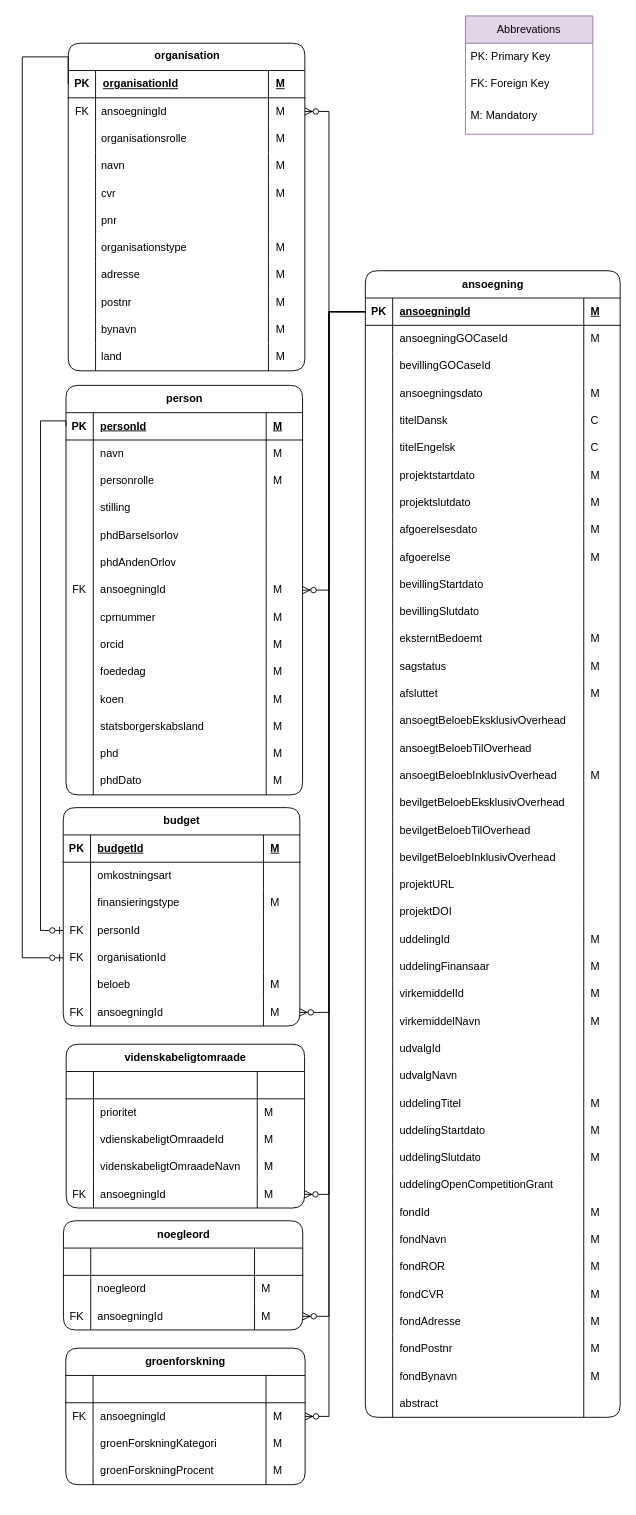
Before: page "NY Raw" (4 of 5) of Grants model.drawio in thomas-lange-dk/Grants, a draw.io diagram. Source tidied: cells renumbered, new cells numbered last; positions are measured from the earlier drawing's top-left corner, leaving out a move shared by most shapes. Both pictures are drawn from the tidied source at 91%, with x=0, y=0 at pixel (22, 15).
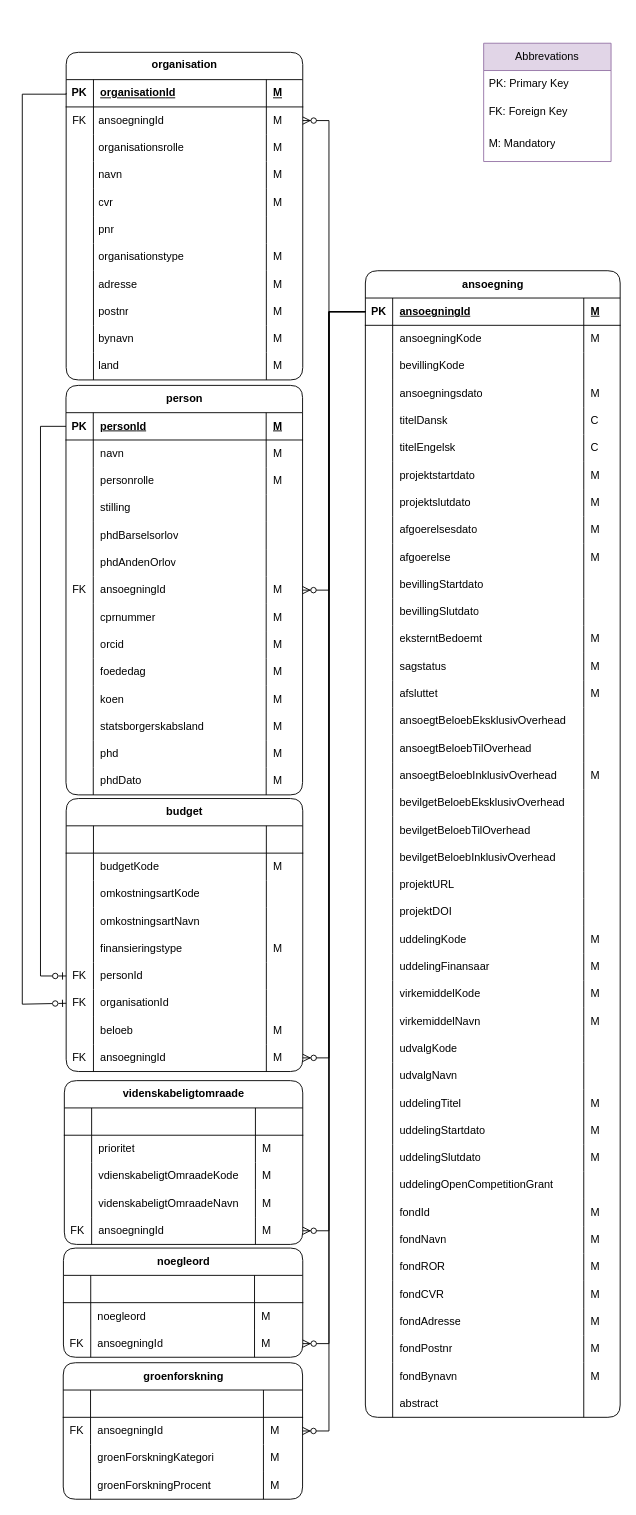
The same diagram, later.

The change refers to these unchanged cells:
```xml
<mxCell id="4" value="PK" style="shape=partialRectangle;fillColor=none;top=0;left=0;bottom=0;right=0;fontStyle=1;overflow=hidden;whiteSpace=wrap;html=1;shadow=0;spacingBottom=0;spacingTop=0;" parent="3" vertex="1">
  <mxGeometry width="30" height="30" as="geometry" />
</mxCell>
<mxCell id="10" value="M" style="shape=partialRectangle;fillColor=none;top=0;left=0;bottom=0;right=0;align=left;spacingLeft=6;overflow=hidden;whiteSpace=wrap;html=1;shadow=0;spacingBottom=0;spacingTop=0;" parent="7" vertex="1">
  <mxGeometry x="220" width="40" height="30" as="geometry" />
</mxCell>
<mxCell id="59" value="M" style="shape=partialRectangle;fillColor=none;top=0;left=0;bottom=0;right=0;align=left;spacingLeft=6;overflow=hidden;whiteSpace=wrap;html=1;shadow=0;" parent="56" vertex="1">
  <mxGeometry x="210" width="53" height="30" as="geometry" />
</mxCell>
<mxCell id="69" style="shape=tableRow;horizontal=0;startSize=0;swimlaneHead=0;swimlaneBody=0;fillColor=none;top=0;left=0;right=0;bottom=0;shadow=0;" parent="60" vertex="1">
  <mxGeometry y="90" width="262" height="30" as="geometry" />
</mxCell>
<mxCell id="80" value="M" style="shape=partialRectangle;fillColor=none;top=0;left=0;bottom=0;right=0;align=left;spacingLeft=6;overflow=hidden;whiteSpace=wrap;html=1;shadow=0;" parent="77" vertex="1">
  <mxGeometry x="210" width="52" height="30" as="geometry" />
</mxCell>
<mxCell id="87" style="shape=tableRow;horizontal=0;startSize=0;swimlaneHead=0;swimlaneBody=0;fillColor=none;points=[[0,0.5],[1,0.5]];portConstraint=eastwest;top=0;left=0;right=0;bottom=1;shadow=0;" parent="86" vertex="1">
  <mxGeometry y="30" width="280" height="30" as="geometry" />
</mxCell>
<mxCell id="88" value="PK" style="shape=partialRectangle;fillColor=none;top=0;left=0;bottom=0;right=0;fontStyle=1;overflow=hidden;whiteSpace=wrap;html=1;shadow=0;" parent="87" vertex="1">
  <mxGeometry width="30" height="30" as="geometry" />
</mxCell>
<mxCell id="91" style="shape=tableRow;horizontal=0;startSize=0;swimlaneHead=0;swimlaneBody=0;fillColor=none;top=0;left=0;right=0;bottom=0;shadow=0;" parent="86" vertex="1">
  <mxGeometry y="60" width="280" height="30" as="geometry" />
</mxCell>
<mxCell id="95" style="shape=tableRow;horizontal=0;startSize=0;swimlaneHead=0;swimlaneBody=0;fillColor=none;top=0;left=0;right=0;bottom=0;shadow=0;" parent="86" vertex="1">
  <mxGeometry y="90" width="280" height="30" as="geometry" />
</mxCell>
<mxCell id="179" style="shape=tableRow;horizontal=0;startSize=0;swimlaneHead=0;swimlaneBody=0;fillColor=none;top=0;left=0;right=0;bottom=0;shadow=0;" parent="86" vertex="1">
  <mxGeometry y="720" width="280" height="30" as="geometry" />
</mxCell>
<mxCell id="187" style="shape=tableRow;horizontal=0;startSize=0;swimlaneHead=0;swimlaneBody=0;fillColor=none;top=0;left=0;right=0;bottom=0;shadow=0;" parent="86" vertex="1">
  <mxGeometry y="780" width="280" height="30" as="geometry" />
</mxCell>
<mxCell id="195" style="shape=tableRow;horizontal=0;startSize=0;swimlaneHead=0;swimlaneBody=0;fillColor=none;top=0;left=0;right=0;bottom=0;shadow=0;" parent="86" vertex="1">
  <mxGeometry y="840" width="280" height="30" as="geometry" />
</mxCell>
<mxCell id="253" value="PK" style="shape=partialRectangle;fillColor=none;top=0;left=0;bottom=0;right=0;fontStyle=1;overflow=hidden;whiteSpace=wrap;html=1;shadow=0;" parent="252" vertex="1">
  <mxGeometry width="30" height="30" as="geometry" />
</mxCell>
<mxCell id="309" style="shape=tableRow;horizontal=0;startSize=0;swimlaneHead=0;swimlaneBody=0;fillColor=none;top=0;left=0;right=0;bottom=1;shadow=0;" parent="308" vertex="1">
  <mxGeometry y="30" width="260" height="30" as="geometry" />
</mxCell>
<mxCell id="322" value="FK" style="shape=partialRectangle;fillColor=none;top=0;left=0;bottom=0;right=0;overflow=hidden;whiteSpace=wrap;html=1;shadow=0;" parent="321" vertex="1">
  <mxGeometry width="30" height="30" as="geometry" />
</mxCell>
<mxCell id="326" value="FK" style="shape=partialRectangle;fillColor=none;top=0;left=0;bottom=0;right=0;overflow=hidden;whiteSpace=wrap;html=1;shadow=0;" parent="325" vertex="1">
  <mxGeometry width="30" height="30" as="geometry" />
</mxCell>
<mxCell id="336" value="M" style="shape=partialRectangle;fillColor=none;top=0;left=0;bottom=0;right=0;align=left;spacingLeft=6;overflow=hidden;whiteSpace=wrap;html=1;shadow=0;" parent="333" vertex="1">
  <mxGeometry x="220" width="40" height="30" as="geometry" />
</mxCell>
<mxCell id="348" style="shape=tableRow;horizontal=0;startSize=0;swimlaneHead=0;swimlaneBody=0;fillColor=none;points=[[0,0.5],[1,0.5]];portConstraint=eastwest;top=0;left=0;right=0;bottom=0;shadow=0;" parent="343" vertex="1">
  <mxGeometry y="60" width="263" height="30" as="geometry" />
</mxCell>
```

The edit, as a diff of the source:
```diff
@@
     <mxCell id="2" value="organisation" style="shape=table;startSize=30;childLayout=tableLayout;rowLines=0;fontStyle=1;align=center;html=1;rounded=1;shadow=0;spacing=-3;spacingTop=-3;" parent="1" vertex="1">
-      <mxGeometry x="50.5" y="30" width="260" height="360" as="geometry" />
+      <mxGeometry x="48.2" y="40" width="260" height="360" as="geometry" />
     </mxCell>
@@
     <mxCell id="47" value="noegleord" style="shape=table;startSize=30;childLayout=tableLayout;rowLines=0;fontStyle=1;align=center;html=1;shadow=0;rounded=1;" parent="1" vertex="1">
-      <mxGeometry x="45.2" y="1324" width="263" height="120" as="geometry" />
+      <mxGeometry x="45.2" y="1354" width="263" height="120" as="geometry" />
     </mxCell>
@@
     <mxCell id="60" value="videnskabeligtomraade" style="shape=table;startSize=30;childLayout=tableLayout;rowLines=0;fontStyle=1;align=center;html=1;shadow=0;rounded=1;" parent="1" vertex="1">
-      <mxGeometry x="48.2" y="1130" width="262" height="180" as="geometry" />
+      <mxGeometry x="46.2" y="1170" width="262" height="180" as="geometry" />
     </mxCell>
@@
-    <mxCell id="71" value="vdienskabeligtOmraadeId" style="shape=partialRectangle;fillColor=none;top=0;left=0;bottom=0;right=0;align=left;spacingLeft=6;overflow=hidden;whiteSpace=wrap;html=1;shadow=0;" parent="69" vertex="1">
+    <mxCell id="71" value="vdienskabeligtOmraadeKode" style="shape=partialRectangle;fillColor=none;top=0;left=0;bottom=0;right=0;align=left;spacingLeft=6;overflow=hidden;whiteSpace=wrap;html=1;shadow=0;" parent="69" vertex="1">
       <mxGeometry x="30" width="180" height="30" as="geometry" />
     </mxCell>
@@
     <mxCell id="81" style="edgeStyle=orthogonalEdgeStyle;fontSize=12;html=1;endArrow=ERzeroToMany;endFill=1;rounded=0;shadow=0;entryX=1;entryY=0.5;entryDx=0;entryDy=0;" parent="1" edge="1" source="87" target="80">
       <mxGeometry relative="1" as="geometry">
         <Array as="points">
           <mxPoint x="337" y="325" />
-          <mxPoint x="337" y="1295" />
+          <mxPoint x="337" y="1335" />
         </Array>
       </mxGeometry>
     </mxCell>
     <mxCell id="82" value="Abbrevations" style="swimlane;fontStyle=0;horizontal=1;startSize=30;whiteSpace=wrap;html=1;fillColor=#e1d5e7;strokeColor=#9673a6;" parent="1" vertex="1">
-      <mxGeometry x="487" width="140" height="130" as="geometry" />
+      <mxGeometry x="507" y="30" width="140" height="130" as="geometry" />
     </mxCell>
@@
-    <mxCell id="93" value="ansoegningGOCaseId" style="shape=partialRectangle;fillColor=none;top=0;left=0;bottom=0;right=0;align=left;spacingLeft=6;overflow=hidden;whiteSpace=wrap;html=1;shadow=0;" parent="91" vertex="1">
+    <mxCell id="93" value="ansoegningKode" style="shape=partialRectangle;fillColor=none;top=0;left=0;bottom=0;right=0;align=left;spacingLeft=6;overflow=hidden;whiteSpace=wrap;html=1;shadow=0;" parent="91" vertex="1">
       <mxGeometry x="30" width="210" height="30" as="geometry" />
     </mxCell>
@@
-    <mxCell id="97" value="bevillingGOCaseId" style="shape=partialRectangle;fillColor=none;top=0;left=0;bottom=0;right=0;align=left;spacingLeft=6;overflow=hidden;whiteSpace=wrap;html=1;shadow=0;" parent="95" vertex="1">
+    <mxCell id="97" value="bevillingKode" style="shape=partialRectangle;fillColor=none;top=0;left=0;bottom=0;right=0;align=left;spacingLeft=6;overflow=hidden;whiteSpace=wrap;html=1;shadow=0;" parent="95" vertex="1">
       <mxGeometry x="30" width="210" height="30" as="geometry" />
     </mxCell>
@@
-    <mxCell id="181" value="uddelingId" style="shape=partialRectangle;fillColor=none;top=0;left=0;bottom=0;right=0;align=left;spacingLeft=6;overflow=hidden;whiteSpace=wrap;html=1;shadow=0;" parent="179" vertex="1">
+    <mxCell id="181" value="uddelingKode" style="shape=partialRectangle;fillColor=none;top=0;left=0;bottom=0;right=0;align=left;spacingLeft=6;overflow=hidden;whiteSpace=wrap;html=1;shadow=0;" parent="179" vertex="1">
       <mxGeometry x="30" width="210" height="30" as="geometry" />
     </mxCell>
@@
-    <mxCell id="189" value="virkemiddelId" style="shape=partialRectangle;fillColor=none;top=0;left=0;bottom=0;right=0;align=left;spacingLeft=6;overflow=hidden;whiteSpace=wrap;html=1;shadow=0;" parent="187" vertex="1">
+    <mxCell id="189" value="virkemiddelKode" style="shape=partialRectangle;fillColor=none;top=0;left=0;bottom=0;right=0;align=left;spacingLeft=6;overflow=hidden;whiteSpace=wrap;html=1;shadow=0;" parent="187" vertex="1">
       <mxGeometry x="30" width="210" height="30" as="geometry" />
     </mxCell>
@@
-    <mxCell id="197" value="udvalgId" style="shape=partialRectangle;fillColor=none;top=0;left=0;bottom=0;right=0;align=left;spacingLeft=6;overflow=hidden;whiteSpace=wrap;html=1;shadow=0;" parent="195" vertex="1">
+    <mxCell id="197" value="udvalgKode" style="shape=partialRectangle;fillColor=none;top=0;left=0;bottom=0;right=0;align=left;spacingLeft=6;overflow=hidden;whiteSpace=wrap;html=1;shadow=0;" parent="195" vertex="1">
       <mxGeometry x="30" width="210" height="30" as="geometry" />
     </mxCell>
@@
     <mxCell id="308" value="budget" style="shape=table;startSize=30;childLayout=tableLayout;rowLines=0;fontStyle=1;align=center;html=1;shadow=0;rounded=1;" parent="1" vertex="1">
-      <mxGeometry x="45" y="870" width="260" height="240" as="geometry" />
+      <mxGeometry x="48.2" y="860" width="260" height="300" as="geometry" />
     </mxCell>
@@
-    <mxCell id="310" value="PK" style="shape=partialRectangle;fillColor=none;top=0;left=0;bottom=0;right=0;fontStyle=1;overflow=hidden;whiteSpace=wrap;html=1;shadow=0;" parent="309" vertex="1">
+    <mxCell id="310" style="shape=partialRectangle;fillColor=none;top=0;left=0;bottom=0;right=0;fontStyle=1;overflow=hidden;whiteSpace=wrap;html=1;shadow=0;" parent="309" vertex="1">
       <mxGeometry width="30" height="30" as="geometry" />
     </mxCell>
-    <mxCell id="311" value="&lt;span style=&quot;text-align: center; text-wrap-mode: nowrap;&quot;&gt;budget&lt;/span&gt;Id" style="shape=partialRectangle;fillColor=none;top=0;left=0;bottom=0;right=0;align=left;spacingLeft=6;fontStyle=5;overflow=hidden;whiteSpace=wrap;html=1;shadow=0;" parent="309" vertex="1">
+    <mxCell id="311" style="shape=partialRectangle;fillColor=none;top=0;left=0;bottom=0;right=0;align=left;spacingLeft=6;fontStyle=5;overflow=hidden;whiteSpace=wrap;html=1;shadow=0;" parent="309" vertex="1">
       <mxGeometry x="30" width="190" height="30" as="geometry" />
     </mxCell>
-    <mxCell id="312" value="M" style="shape=partialRectangle;fillColor=none;top=0;left=0;bottom=0;right=0;align=left;spacingLeft=6;fontStyle=5;overflow=hidden;whiteSpace=wrap;html=1;shadow=0;" parent="309" vertex="1">
+    <mxCell id="312" style="shape=partialRectangle;fillColor=none;top=0;left=0;bottom=0;right=0;align=left;spacingLeft=6;fontStyle=5;overflow=hidden;whiteSpace=wrap;html=1;shadow=0;" parent="309" vertex="1">
       <mxGeometry x="220" width="40" height="30" as="geometry" />
     </mxCell>
+    <mxCell id="361" style="shape=tableRow;horizontal=0;startSize=0;swimlaneHead=0;swimlaneBody=0;fillColor=none;top=0;left=0;right=0;bottom=0;shadow=0;" parent="308" vertex="1">
+      <mxGeometry y="60" width="260" height="30" as="geometry" />
+    </mxCell>
+    <mxCell id="362" style="shape=partialRectangle;fillColor=none;top=0;left=0;bottom=0;right=0;overflow=hidden;whiteSpace=wrap;html=1;shadow=0;" parent="361" vertex="1">
+      <mxGeometry width="30" height="30" as="geometry" />
+    </mxCell>
+    <mxCell id="363" value="budgetKode" style="shape=partialRectangle;fillColor=none;top=0;left=0;bottom=0;right=0;align=left;spacingLeft=6;overflow=hidden;whiteSpace=wrap;html=1;shadow=0;" parent="361" vertex="1">
+      <mxGeometry x="30" width="190" height="30" as="geometry" />
+    </mxCell>
+    <mxCell id="364" value="M" style="shape=partialRectangle;fillColor=none;top=0;left=0;bottom=0;right=0;align=left;spacingLeft=6;overflow=hidden;whiteSpace=wrap;html=1;shadow=0;" parent="361" vertex="1">
+      <mxGeometry x="220" width="40" height="30" as="geometry" />
+    </mxCell>
     <mxCell id="313" style="shape=tableRow;horizontal=0;startSize=0;swimlaneHead=0;swimlaneBody=0;fillColor=none;top=0;left=0;right=0;bottom=0;shadow=0;" parent="308" vertex="1">
-      <mxGeometry y="60" width="260" height="30" as="geometry" />
+      <mxGeometry y="90" width="260" height="30" as="geometry" />
     </mxCell>
@@
-    <mxCell id="315" value="omkostningsart" style="shape=partialRectangle;fillColor=none;top=0;left=0;bottom=0;right=0;align=left;spacingLeft=6;overflow=hidden;whiteSpace=wrap;html=1;shadow=0;" parent="313" vertex="1">
+    <mxCell id="315" value="omkostningsartKode" style="shape=partialRectangle;fillColor=none;top=0;left=0;bottom=0;right=0;align=left;spacingLeft=6;overflow=hidden;whiteSpace=wrap;html=1;shadow=0;" parent="313" vertex="1">
       <mxGeometry x="30" width="190" height="30" as="geometry" />
     </mxCell>
@@
+    <mxCell id="365" style="shape=tableRow;horizontal=0;startSize=0;swimlaneHead=0;swimlaneBody=0;fillColor=none;top=0;left=0;right=0;bottom=0;shadow=0;" parent="308" vertex="1">
+      <mxGeometry y="120" width="260" height="30" as="geometry" />
+    </mxCell>
+    <mxCell id="366" style="shape=partialRectangle;fillColor=none;top=0;left=0;bottom=0;right=0;overflow=hidden;whiteSpace=wrap;html=1;shadow=0;" parent="365" vertex="1">
+      <mxGeometry width="30" height="30" as="geometry" />
+    </mxCell>
+    <mxCell id="367" value="omkostningsartNavn" style="shape=partialRectangle;fillColor=none;top=0;left=0;bottom=0;right=0;align=left;spacingLeft=6;overflow=hidden;whiteSpace=wrap;html=1;shadow=0;" parent="365" vertex="1">
+      <mxGeometry x="30" width="190" height="30" as="geometry" />
+    </mxCell>
+    <mxCell id="368" style="shape=partialRectangle;fillColor=none;top=0;left=0;bottom=0;right=0;align=left;spacingLeft=6;overflow=hidden;whiteSpace=wrap;html=1;shadow=0;" parent="365" vertex="1">
+      <mxGeometry x="220" width="40" height="30" as="geometry" />
+    </mxCell>
     <mxCell id="317" style="shape=tableRow;horizontal=0;startSize=0;swimlaneHead=0;swimlaneBody=0;fillColor=none;top=0;left=0;right=0;bottom=0;shadow=0;" parent="308" vertex="1">
-      <mxGeometry y="90" width="260" height="30" as="geometry" />
+      <mxGeometry y="150" width="260" height="30" as="geometry" />
     </mxCell>
@@
     <mxCell id="321" style="shape=tableRow;horizontal=0;startSize=0;swimlaneHead=0;swimlaneBody=0;fillColor=none;top=0;left=0;right=0;bottom=0;shadow=0;" parent="308" vertex="1">
-      <mxGeometry y="120" width="260" height="30" as="geometry" />
+      <mxGeometry y="180" width="260" height="30" as="geometry" />
     </mxCell>
@@
     <mxCell id="325" style="shape=tableRow;horizontal=0;startSize=0;swimlaneHead=0;swimlaneBody=0;fillColor=none;top=0;left=0;right=0;bottom=0;shadow=0;" parent="308" vertex="1">
-      <mxGeometry y="150" width="260" height="30" as="geometry" />
+      <mxGeometry y="210" width="260" height="30" as="geometry" />
     </mxCell>
@@
     <mxCell id="329" style="shape=tableRow;horizontal=0;startSize=0;swimlaneHead=0;swimlaneBody=0;fillColor=none;top=0;left=0;right=0;bottom=0;shadow=0;" parent="308" vertex="1">
-      <mxGeometry y="180" width="260" height="30" as="geometry" />
+      <mxGeometry y="240" width="260" height="30" as="geometry" />
     </mxCell>
@@
     <mxCell id="333" style="shape=tableRow;horizontal=0;startSize=0;swimlaneHead=0;swimlaneBody=0;fillColor=none;top=0;left=0;right=0;bottom=0;shadow=0;" parent="308" vertex="1">
-      <mxGeometry y="210" width="260" height="30" as="geometry" />
+      <mxGeometry y="270" width="260" height="30" as="geometry" />
     </mxCell>
@@
     <mxCell id="337" style="edgeStyle=orthogonalEdgeStyle;fontSize=12;html=1;endArrow=ERzeroToMany;endFill=1;rounded=0;shadow=0;exitX=0;exitY=0.5;exitDx=0;exitDy=0;entryX=1;entryY=0.5;entryDx=0;entryDy=0;" parent="1" edge="1" source="88" target="59">
       <mxGeometry relative="1" as="geometry">
         <Array as="points">
           <mxPoint x="337" y="325" />
-          <mxPoint x="337" y="1429" />
+          <mxPoint x="337" y="1459" />
         </Array>
       </mxGeometry>
     </mxCell>
@@
     <mxCell id="339" style="fontSize=12;html=1;endArrow=ERzeroToMany;endFill=1;rounded=0;shadow=0;edgeStyle=orthogonalEdgeStyle;exitX=0;exitY=0.5;exitDx=0;exitDy=0;entryX=1;entryY=0.5;entryDx=0;entryDy=0;" parent="1" edge="1" source="88" target="10">
       <mxGeometry relative="1" as="geometry">
         <Array as="points">
           <mxPoint x="337" y="325" />
-          <mxPoint x="337" y="105" />
+          <mxPoint x="337" y="115" />
         </Array>
       </mxGeometry>
     </mxCell>
     <mxCell id="340" style="fontSize=12;html=1;endArrow=ERzeroToOne;endFill=0;rounded=0;shadow=0;edgeStyle=orthogonalEdgeStyle;exitX=0;exitY=0.5;exitDx=0;exitDy=0;entryX=0;entryY=0.5;entryDx=0;entryDy=0;" parent="1" edge="1" source="253" target="322">
       <mxGeometry relative="1" as="geometry">
         <Array as="points">
-          <mxPoint x="48" y="445" />
-          <mxPoint x="20" y="445" />
-          <mxPoint x="20" y="1005" />
+          <mxPoint x="20" y="451" />
+          <mxPoint x="20" y="1055" />
         </Array>
       </mxGeometry>
     </mxCell>
     <mxCell id="341" style="edgeStyle=orthogonalEdgeStyle;fontSize=12;html=1;endArrow=ERzeroToMany;endFill=1;rounded=0;shadow=0;entryX=1;entryY=0.5;entryDx=0;entryDy=0;exitX=0;exitY=0.5;exitDx=0;exitDy=0;" parent="1" edge="1" source="88" target="336">
       <mxGeometry relative="1" as="geometry">
         <Array as="points">
           <mxPoint x="337" y="325" />
-          <mxPoint x="337" y="1095" />
+          <mxPoint x="337" y="1145" />
         </Array>
       </mxGeometry>
     </mxCell>
     <mxCell id="342" style="fontSize=12;html=1;endArrow=ERzeroToOne;endFill=0;rounded=0;shadow=0;edgeStyle=orthogonalEdgeStyle;exitX=0;exitY=0.5;exitDx=0;exitDy=0;entryX=0;entryY=0.5;entryDx=0;entryDy=0;" parent="1" edge="1" source="4" target="326">
       <mxGeometry relative="1" as="geometry">
         <Array as="points">
-          <mxPoint x="51" y="45" />
-          <mxPoint y="45" />
-          <mxPoint y="1035" />
+          <mxPoint y="86" />
+          <mxPoint y="1086" />
         </Array>
       </mxGeometry>
     </mxCell>
     <mxCell id="343" value="groenforskning" style="shape=table;startSize=30;childLayout=tableLayout;rowLines=0;fontStyle=1;align=center;html=1;shadow=0;rounded=1;" parent="1" vertex="1">
-      <mxGeometry x="47.8" y="1464" width="263" height="150" as="geometry" />
+      <mxGeometry x="45" y="1480" width="263" height="150" as="geometry" />
     </mxCell>
@@
     <mxCell id="360" style="edgeStyle=orthogonalEdgeStyle;fontSize=12;html=1;endArrow=ERzeroToMany;endFill=1;rounded=0;shadow=0;entryX=1;entryY=0.5;entryDx=0;entryDy=0;exitX=0;exitY=0.5;exitDx=0;exitDy=0;" parent="1" edge="1" source="88" target="348">
       <mxGeometry relative="1" as="geometry">
         <Array as="points">
           <mxPoint x="337" y="325" />
-          <mxPoint x="337" y="1539" />
+          <mxPoint x="337" y="1555" />
         </Array>
       </mxGeometry>
     </mxCell>
```
